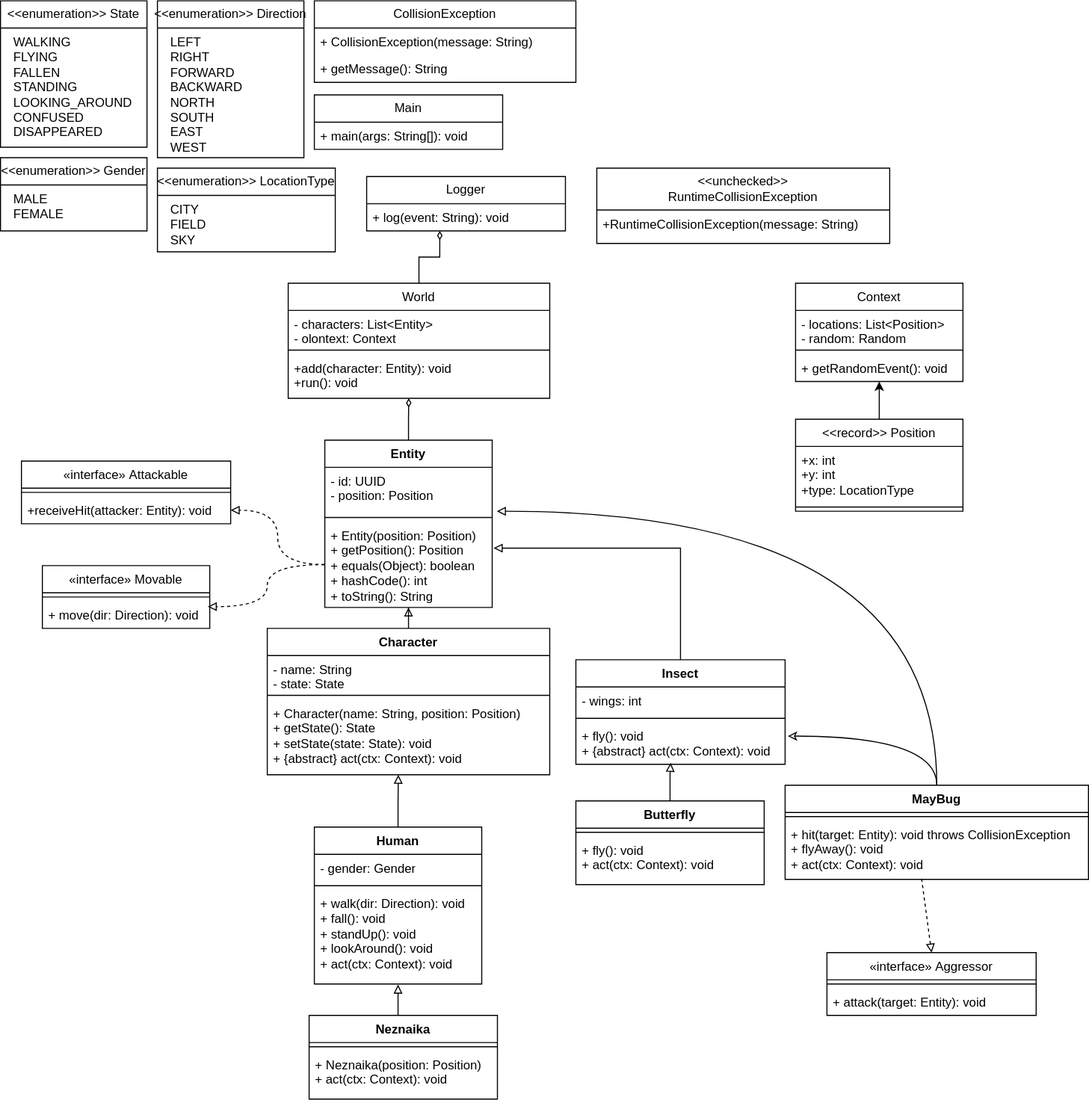
The draw.io diagram Programming/Semester-1/Labs/Lab3/docs/diagrams/UML.svg in mohamedellithyyyy/ITMO-Hub, before a commit. Source tidied: cells renumbered, new cells last; positions are measured from the earlier drawing's top-left corner, leaving out a move shared by most shapes.
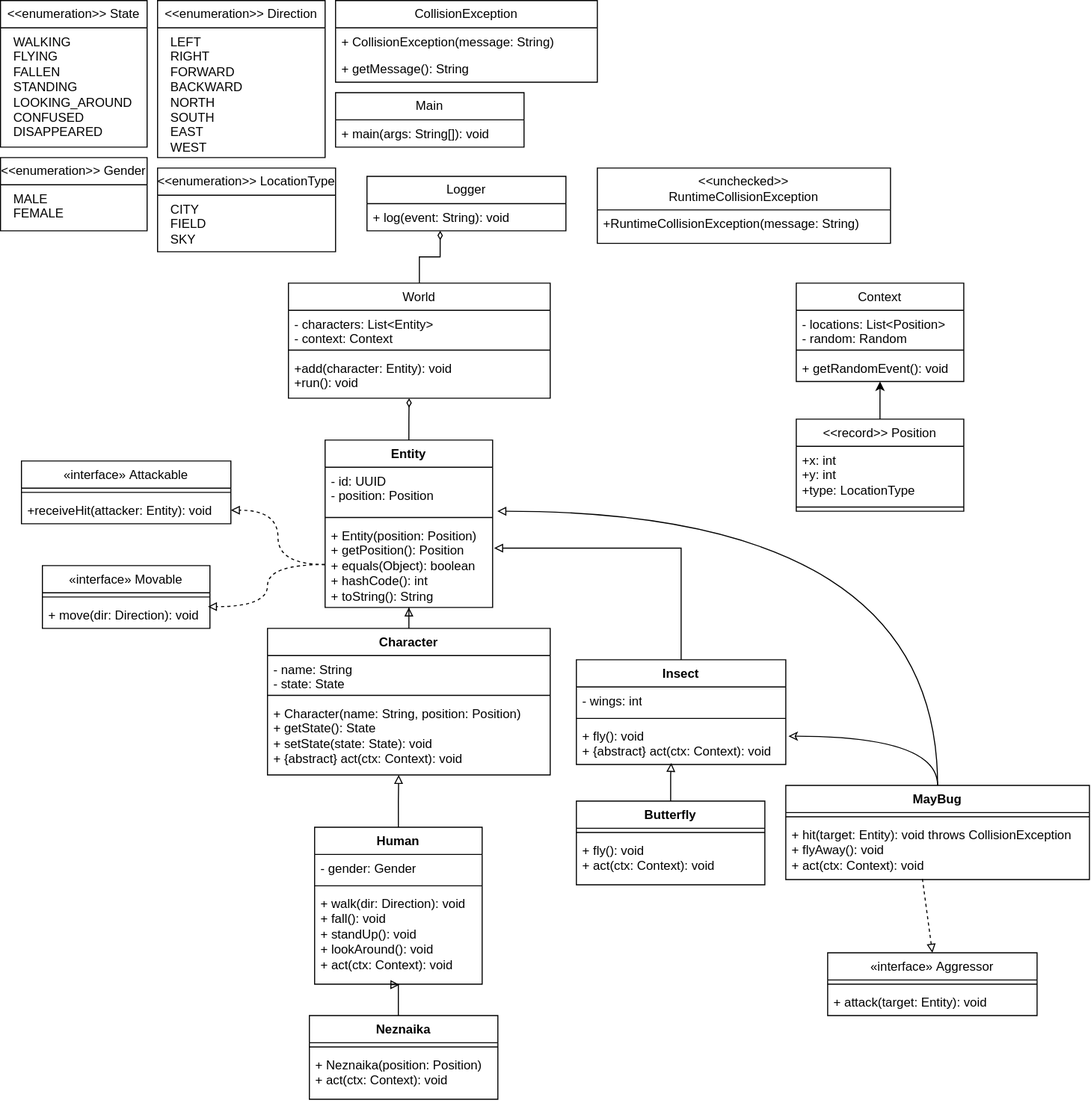
The same diagram one commit later.

What changed in the source:
```diff
@@ -15,10 +15,10 @@
       <mxGeometry y="26" width="140" height="44" as="geometry" />
     </mxCell>
     <mxCell id="6" value="&lt;span style=&quot;text-align: start; background-color: transparent; color: light-dark(rgb(0, 0, 0), rgb(255, 255, 255));&quot;&gt;&amp;lt;&amp;lt;enumeration&amp;gt;&amp;gt;&amp;nbsp;&lt;/span&gt;Direction" style="swimlane;fontStyle=0;horizontal=1;startSize=26;fillColor=none;whiteSpace=wrap;html=1;" parent="1" vertex="1">
-      <mxGeometry x="150" width="140" height="150" as="geometry" />
+      <mxGeometry x="150" width="160" height="150" as="geometry" />
     </mxCell>
     <mxCell id="7" value="&lt;div&gt;&amp;nbsp; LEFT&lt;/div&gt;&lt;div&gt;&amp;nbsp; RIGHT&lt;/div&gt;&lt;div&gt;&amp;nbsp; FORWARD&lt;/div&gt;&lt;div&gt;&amp;nbsp; BACKWARD&lt;/div&gt;&lt;div&gt;&amp;nbsp; NORTH&lt;/div&gt;&lt;div&gt;&amp;nbsp; SOUTH&lt;/div&gt;&lt;div&gt;&amp;nbsp; EAST&lt;/div&gt;&lt;div&gt;&amp;nbsp; WEST&lt;/div&gt;" style="text;strokeColor=none;fillColor=none;align=left;verticalAlign=top;spacingLeft=4;spacingRight=4;overflow=hidden;whiteSpace=wrap;html=1;" parent="6" vertex="1">
-      <mxGeometry y="26" width="140" height="124" as="geometry" />
+      <mxGeometry y="26" width="160" height="124" as="geometry" />
     </mxCell>
     <mxCell id="8" value="&lt;span style=&quot;text-align: start; background-color: transparent; color: light-dark(rgb(0, 0, 0), rgb(255, 255, 255));&quot;&gt;&amp;lt;&amp;lt;enumeration&amp;gt;&amp;gt;&amp;nbsp;&lt;/span&gt;LocationType" style="swimlane;fontStyle=0;horizontal=1;startSize=26;fillColor=none;whiteSpace=wrap;html=1;" parent="1" vertex="1">
       <mxGeometry x="150" y="160" width="170" height="80" as="geometry" />
@@ -27,13 +27,13 @@
       <mxGeometry y="26" width="170" height="54" as="geometry" />
     </mxCell>
     <mxCell id="10" value="Main" style="swimlane;fontStyle=0;horizontal=1;startSize=26;fillColor=none;whiteSpace=wrap;html=1;" parent="1" vertex="1">
-      <mxGeometry x="300" y="90" width="180" height="52" as="geometry" />
+      <mxGeometry x="320" y="88" width="180" height="52" as="geometry" />
     </mxCell>
     <mxCell id="11" value="+ main(args: String[]): void" style="text;strokeColor=none;fillColor=none;align=left;verticalAlign=top;spacingLeft=4;spacingRight=4;overflow=hidden;whiteSpace=wrap;html=1;" parent="10" vertex="1">
       <mxGeometry y="26" width="180" height="26" as="geometry" />
     </mxCell>
     <mxCell id="12" value="CollisionException" style="swimlane;fontStyle=0;horizontal=1;startSize=26;fillColor=none;whiteSpace=wrap;html=1;" parent="1" vertex="1">
-      <mxGeometry x="300" width="250" height="78" as="geometry" />
+      <mxGeometry x="320" width="250" height="78" as="geometry" />
     </mxCell>
     <mxCell id="13" value="+ CollisionException(message: String)" style="text;strokeColor=none;fillColor=none;align=left;verticalAlign=top;spacingLeft=4;spacingRight=4;overflow=hidden;whiteSpace=wrap;html=1;" parent="12" vertex="1">
       <mxGeometry y="26" width="250" height="26" as="geometry" />
@@ -56,7 +56,7 @@
     <mxCell id="19" value="&lt;span style=&quot;font-weight: 400;&quot;&gt;World&lt;/span&gt;" style="swimlane;fontStyle=1;align=center;verticalAlign=top;horizontal=1;startSize=26;whiteSpace=wrap;html=1;" parent="1" vertex="1">
       <mxGeometry x="275" y="270" width="250" height="110" as="geometry" />
     </mxCell>
-    <mxCell id="20" value="&lt;div&gt;- characters: List&amp;lt;Entity&amp;gt;&lt;/div&gt;&lt;div&gt;- olontext: Context&lt;/div&gt;" style="text;strokeColor=none;fillColor=none;align=left;verticalAlign=top;spacingLeft=4;spacingRight=4;overflow=hidden;whiteSpace=wrap;html=1;" parent="19" vertex="1">
+    <mxCell id="20" value="&lt;div&gt;- characters: List&amp;lt;Entity&amp;gt;&lt;/div&gt;&lt;div&gt;- context: Context&lt;/div&gt;" style="text;strokeColor=none;fillColor=none;align=left;verticalAlign=top;spacingLeft=4;spacingRight=4;overflow=hidden;whiteSpace=wrap;html=1;" parent="19" vertex="1">
       <mxGeometry y="26" width="250" height="34" as="geometry" />
     </mxCell>
     <mxCell id="21" style="line;strokeWidth=1;fillColor=none;align=left;verticalAlign=middle;spacingTop=-1;spacingLeft=3;spacingRight=3;labelPosition=right;strokeColor=inherit;" parent="19" vertex="1">
```
